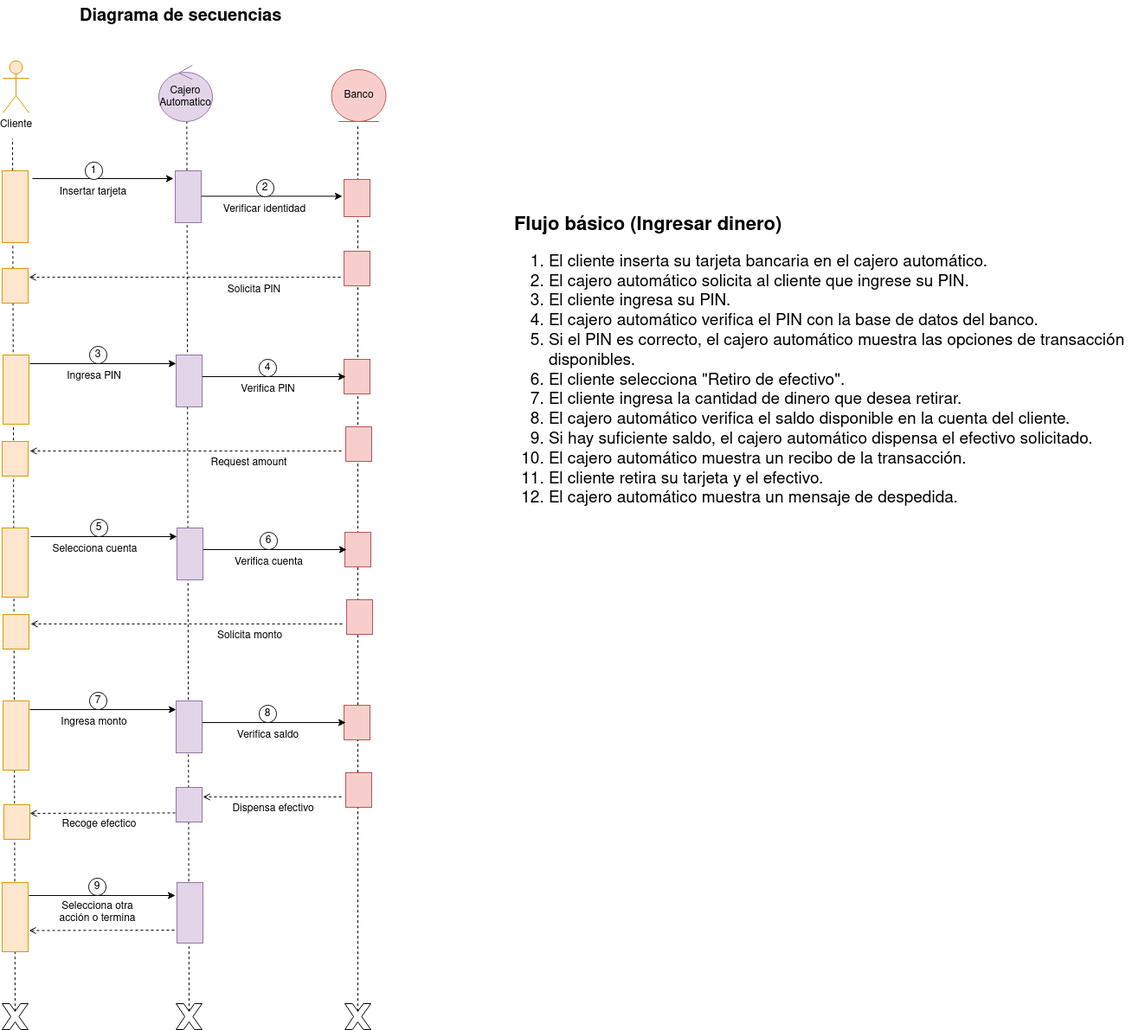
Chugani05/entorno_de_desarrollo keeps this draw.io diagram as diagramas/tarea6 (cajero automatico)/diagrama_secuencias_cajero_automatico.png. Above is the earlier version. Source tidied: cells renumbered, new cells last; positions are measured from the earlier drawing's top-left corner, leaving out a move shared by most shapes.
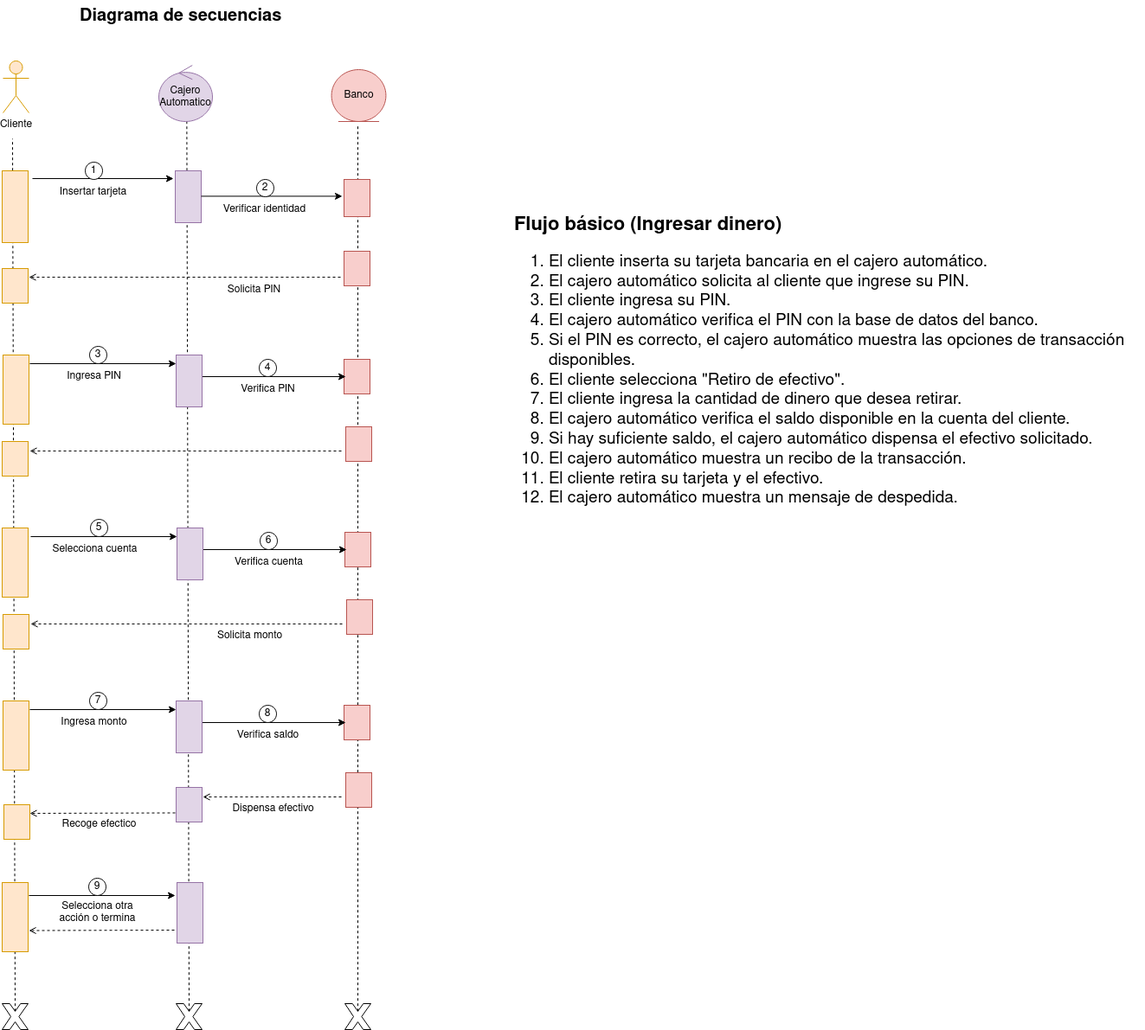
The same diagram one commit later.

Change to the diagram source:
```diff
@@ -100,9 +100,6 @@
     <mxCell id="27" style="rounded=0;whiteSpace=wrap;html=1;direction=south;verticalAlign=top;fillColor=#ffe6cc;strokeColor=#d79b00;" parent="1" vertex="1">
       <mxGeometry y="510" width="30" height="40" as="geometry" />
     </mxCell>
-    <mxCell id="28" value="Request amount" style="text;html=1;align=center;verticalAlign=middle;strokeColor=none;fillColor=none;" parent="1" vertex="1">
-      <mxGeometry x="230" y="520" width="110" height="30" as="geometry" />
-    </mxCell>
     <mxCell id="29" style="endArrow=none;dashed=1;html=1;rounded=0;exitX=0.5;exitY=0.29;exitDx=0;exitDy=0;exitPerimeter=0;verticalAlign=bottom;" parent="1" edge="1" source="69">
       <mxGeometry relative="1" as="geometry">
         <mxPoint x="216" y="1030" as="targetPoint" />
```
